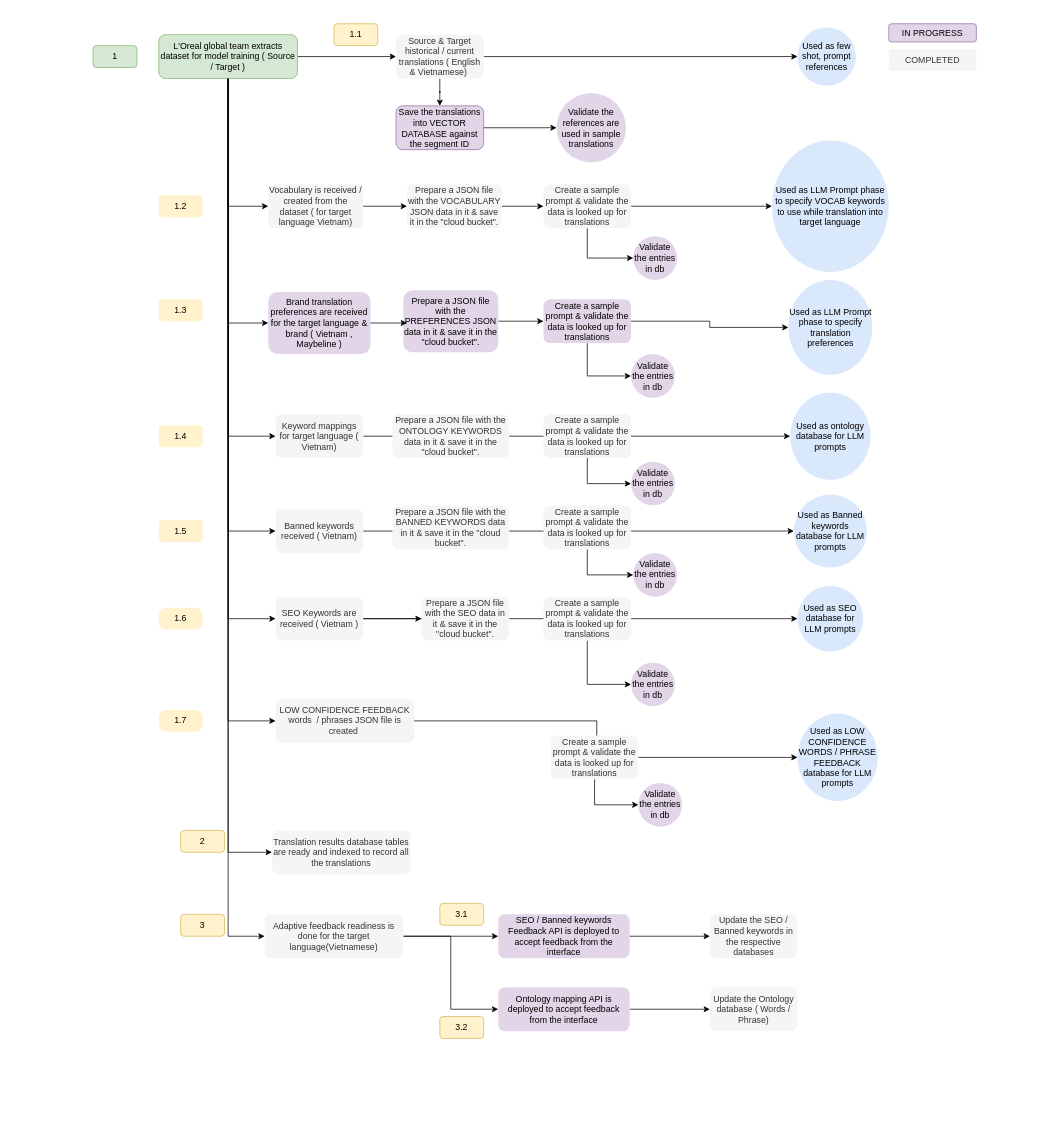
Earlier version of the draw.io diagram page "Pre Translation" (1 of 3) of GenAI_WSF_Translation_Process_Flow.drawio (nsareen-oa/diagrams). Source tidied: cells renumbered, new cells numbered last; positions are measured from the earlier drawing's top-left corner, leaving out a move shared by most shapes. Both pictures are drawn from the tidied source at 73%, with x=0, y=0 at pixel (12, 12).
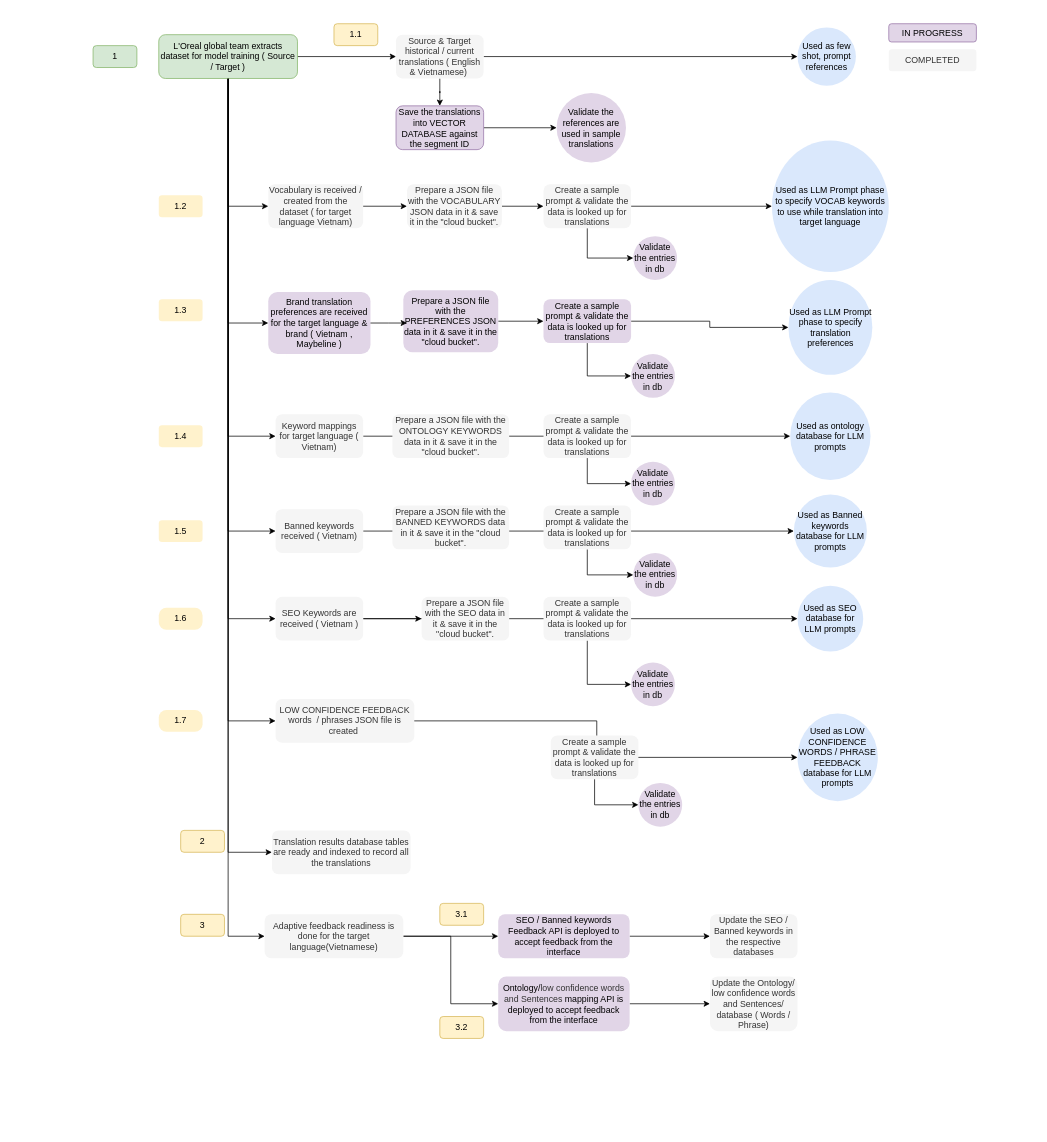
The same diagram, later.

Diff of the diagram source:
```diff
@@
-    <mxCell id="71" value="Ontology mapping API is deployed to accept feedback from the interface" style="whiteSpace=wrap;html=1;rounded=1;fillColor=#e1d5e7;strokeColor=none;" parent="1" vertex="1">
-      <mxGeometry x="665" y="1335" width="180" height="60" as="geometry" />
+    <mxCell id="71" value="Ontology/&lt;span style=&quot;color: rgb(51, 51, 51);&quot;&gt;low confidence words and Sentences&lt;/span&gt;&amp;nbsp;mapping API is deployed to accept feedback from the interface" style="whiteSpace=wrap;html=1;rounded=1;fillColor=#e1d5e7;strokeColor=none;" parent="1" vertex="1">
+      <mxGeometry x="665" y="1320" width="180" height="75" as="geometry" />
     </mxCell>
-    <mxCell id="72" value="Update the Ontology database ( Words / Phrase)" style="whiteSpace=wrap;html=1;rounded=1;fillColor=#f5f5f5;fontColor=#333333;strokeColor=none;" parent="1" vertex="1">
-      <mxGeometry x="955" y="1335" width="120" height="60" as="geometry" />
+    <mxCell id="72" value="Update the Ontology/ low confidence words and Sentences/ database ( Words / Phrase)" style="whiteSpace=wrap;html=1;rounded=1;fillColor=#f5f5f5;fontColor=#333333;strokeColor=none;" parent="1" vertex="1">
+      <mxGeometry x="955" y="1320" width="120" height="75" as="geometry" />
     </mxCell>
```
